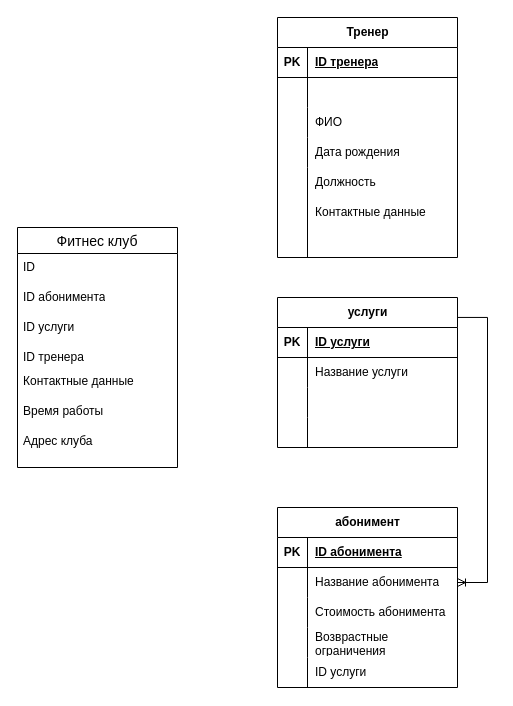
Before: Диаграмма без названия.drawio in Tredz01/_DataBases_ArtemSaponenko, a draw.io diagram. Source tidied: cells renumbered, new cells numbered last; positions are measured from the earlier drawing's top-left corner, leaving out a move shared by most shapes. Both pictures are drawn from the tidied source at 100%, with x=0, y=0 at pixel (17, 17).
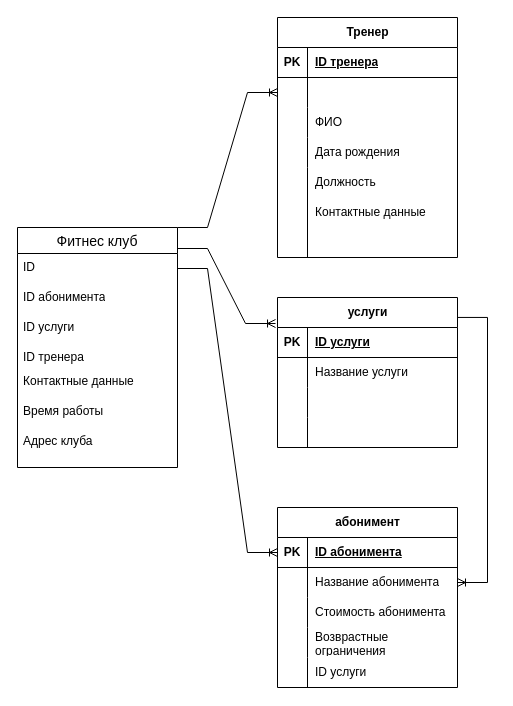
After the change.

Unchanged cells that the change refers to:
```xml
<mxCell id="2" value="Фитнес клуб" style="swimlane;fontStyle=0;horizontal=1;startSize=26;align=center;fontSize=14;" parent="1" vertex="1">
  <mxGeometry y="210" width="160" height="240" as="geometry" />
</mxCell>
<mxCell id="3" value="ID" style="text;strokeColor=none;fillColor=none;spacingLeft=4;spacingRight=4;overflow=hidden;points=[[0,0.5],[1,0.5]];portConstraint=eastwest;fontSize=12;whiteSpace=wrap;html=1;" parent="2" vertex="1">
  <mxGeometry y="26" width="160" height="30" as="geometry" />
</mxCell>
<mxCell id="14" style="shape=tableRow;horizontal=0;startSize=0;swimlaneHead=0;swimlaneBody=0;fillColor=none;points=[[0,0.5],[1,0.5]];portConstraint=eastwest;top=0;left=0;right=0;bottom=0;" parent="10" vertex="1">
  <mxGeometry y="60" width="180" height="30" as="geometry" />
</mxCell>
<mxCell id="27" style="shape=tableRow;horizontal=0;startSize=0;swimlaneHead=0;swimlaneBody=0;fillColor=none;points=[[0,0.5],[1,0.5]];portConstraint=eastwest;top=0;left=0;right=0;bottom=1;" parent="26" vertex="1">
  <mxGeometry y="30" width="180" height="30" as="geometry" />
</mxCell>
<mxCell id="40" style="shape=tableRow;horizontal=0;startSize=0;swimlaneHead=0;swimlaneBody=0;fillColor=none;points=[[0,0.5],[1,0.5]];portConstraint=eastwest;top=0;left=0;right=0;bottom=1;" parent="39" vertex="1">
  <mxGeometry y="30" width="180" height="30" as="geometry" />
</mxCell>
```

Change to the diagram source:
```diff
@@
+    <mxCell id="55" style="edgeStyle=entityRelationEdgeStyle;fontSize=12;html=1;endArrow=ERoneToMany;rounded=0;exitX=1;exitY=0;exitDx=0;exitDy=0;entryX=0;entryY=0.5;entryDx=0;entryDy=0;" parent="1" edge="1" source="2" target="14">
+      <mxGeometry relative="1" as="geometry" />
+    </mxCell>
+    <mxCell id="56" style="edgeStyle=entityRelationEdgeStyle;fontSize=12;html=1;endArrow=ERoneToMany;rounded=0;entryX=-0.011;entryY=-0.133;entryDx=0;entryDy=0;entryPerimeter=0;" parent="1" edge="1" target="27">
+      <mxGeometry relative="1" as="geometry">
+        <mxPoint x="160" y="231" as="sourcePoint" />
+      </mxGeometry>
+    </mxCell>
+    <mxCell id="57" style="edgeStyle=entityRelationEdgeStyle;fontSize=12;html=1;endArrow=ERoneToMany;rounded=0;exitX=1;exitY=0.5;exitDx=0;exitDy=0;entryX=0;entryY=0.5;entryDx=0;entryDy=0;" parent="1" edge="1" source="3" target="40">
+      <mxGeometry relative="1" as="geometry" />
+    </mxCell>
```
